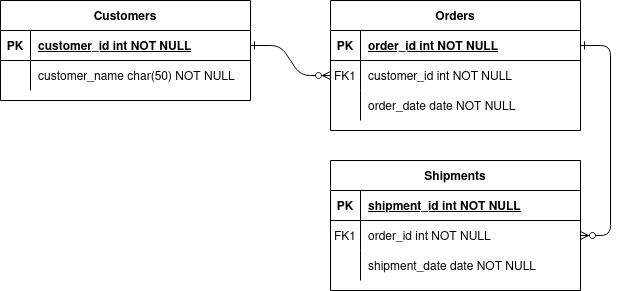
gabrielbsx/basiapp keeps this draw.io diagram as Diagrama sem nome.drawio.png. Above is the earlier version. Source tidied: cells renumbered, new cells last; positions are measured from the earlier drawing's top-left corner, leaving out a move shared by most shapes.
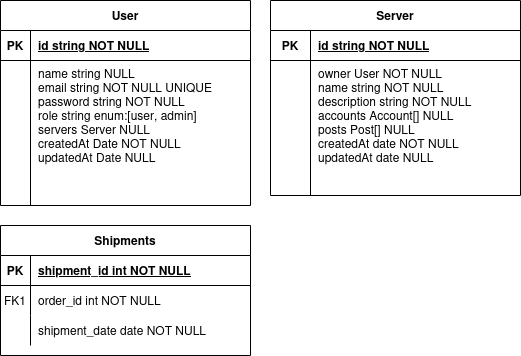
After the change.

Diff of the diagram source:
```diff
@@ -2,44 +2,29 @@
   <root>
     <mxCell id="0" />
     <mxCell id="1" parent="0" />
-    <mxCell id="2" style="edgeStyle=entityRelationEdgeStyle;endArrow=ERzeroToMany;startArrow=ERone;endFill=1;startFill=0;" parent="1" edge="1" source="25" target="8">
-      <mxGeometry relative="1" as="geometry" />
-    </mxCell>
-    <mxCell id="3" style="edgeStyle=entityRelationEdgeStyle;endArrow=ERzeroToMany;startArrow=ERone;endFill=1;startFill=0;" parent="1" edge="1" source="5" target="18">
-      <mxGeometry relative="1" as="geometry" />
-    </mxCell>
-    <mxCell id="4" value="Orders" style="shape=table;startSize=30;rowLines=0;fontStyle=1;align=center;" parent="1" vertex="1">
-      <mxGeometry x="330" width="250" height="130" as="geometry" />
+    <mxCell id="4" value="Server" style="shape=table;startSize=30;rowLines=0;fontStyle=1;align=center;" parent="1" vertex="1">
+      <mxGeometry x="200" y="15" width="250" height="195" as="geometry" />
     </mxCell>
     <mxCell id="5" style="shape=partialRectangle;fillColor=none;points=[[0,0.5],[1,0.5]];portConstraint=eastwest;top=0;left=0;right=0;bottom=1;" parent="4" vertex="1">
       <mxGeometry y="30" width="250" height="30" as="geometry" />
     </mxCell>
     <mxCell id="6" value="PK" style="shape=partialRectangle;overflow=hidden;fillColor=none;top=0;left=0;bottom=0;right=0;fontStyle=1;" parent="5" vertex="1">
-      <mxGeometry width="30" height="30" as="geometry" />
+      <mxGeometry width="40" height="30" as="geometry" />
     </mxCell>
-    <mxCell id="7" value="order_id int NOT NULL " style="shape=partialRectangle;overflow=hidden;fillColor=none;top=0;left=0;bottom=0;right=0;align=left;spacingLeft=6;fontStyle=5;" parent="5" vertex="1">
-      <mxGeometry x="30" width="220" height="30" as="geometry" />
+    <mxCell id="7" value="id string NOT NULL " style="shape=partialRectangle;overflow=hidden;fillColor=none;top=0;left=0;bottom=0;right=0;align=left;spacingLeft=6;fontStyle=5;" parent="5" vertex="1">
+      <mxGeometry x="40" width="210" height="30" as="geometry" />
     </mxCell>
     <mxCell id="8" style="shape=partialRectangle;fillColor=none;points=[[0,0.5],[1,0.5]];portConstraint=eastwest;top=0;left=0;right=0;bottom=0;" parent="4" vertex="1">
-      <mxGeometry y="60" width="250" height="30" as="geometry" />
+      <mxGeometry y="60" width="250" height="135" as="geometry" />
     </mxCell>
-    <mxCell id="9" value="FK1" style="shape=partialRectangle;overflow=hidden;fillColor=none;top=0;left=0;bottom=0;right=0;" parent="8" vertex="1">
-      <mxGeometry width="30" height="30" as="geometry" />
+    <mxCell id="9" style="shape=partialRectangle;overflow=hidden;fillColor=none;top=0;left=0;bottom=0;right=0;" parent="8" vertex="1">
+      <mxGeometry width="40" height="135" as="geometry" />
     </mxCell>
-    <mxCell id="10" value="customer_id int NOT NULL" style="shape=partialRectangle;overflow=hidden;fillColor=none;top=0;left=0;bottom=0;right=0;align=left;spacingLeft=6;" parent="8" vertex="1">
-      <mxGeometry x="30" width="220" height="30" as="geometry" />
+    <mxCell id="10" value="owner User NOT NULL&#10;name string NOT NULL&#10;description string NOT NULL&#10;accounts Account[] NULL&#10;posts Post[] NULL&#10;createdAt date NOT NULL&#10;updatedAt date NULL&#10;" style="shape=partialRectangle;overflow=hidden;fillColor=none;top=0;left=0;bottom=0;right=0;align=left;spacingLeft=6;verticalAlign=top;" parent="8" vertex="1">
+      <mxGeometry x="40" width="210" height="135" as="geometry" />
     </mxCell>
-    <mxCell id="11" style="shape=partialRectangle;fillColor=none;top=0;left=0;right=0;bottom=0;" parent="4" vertex="1">
-      <mxGeometry y="90" width="250" height="30" as="geometry" />
-    </mxCell>
-    <mxCell id="12" style="shape=partialRectangle;overflow=hidden;fillColor=none;top=0;left=0;bottom=0;right=0;" parent="11" vertex="1">
-      <mxGeometry width="30" height="30" as="geometry" />
-    </mxCell>
-    <mxCell id="13" value="order_date date NOT NULL" style="shape=partialRectangle;overflow=hidden;fillColor=none;top=0;left=0;bottom=0;right=0;align=left;spacingLeft=6;" parent="11" vertex="1">
-      <mxGeometry x="30" width="220" height="30" as="geometry" />
-    </mxCell>
     <mxCell id="14" value="Shipments" style="shape=table;startSize=30;rowLines=0;fontStyle=1;align=center;" parent="1" vertex="1">
-      <mxGeometry x="330" y="160" width="250" height="130" as="geometry" />
+      <mxGeometry x="-70" y="240" width="250" height="130" as="geometry" />
     </mxCell>
     <mxCell id="15" style="shape=partialRectangle;fillColor=none;top=0;left=0;right=0;bottom=1;" parent="14" vertex="1">
       <mxGeometry y="30" width="250" height="30" as="geometry" />
@@ -68,8 +53,8 @@
     <mxCell id="23" value="shipment_date date NOT NULL" style="shape=partialRectangle;overflow=hidden;fillColor=none;top=0;left=0;bottom=0;right=0;align=left;spacingLeft=6;" parent="21" vertex="1">
       <mxGeometry x="30" width="220" height="30" as="geometry" />
     </mxCell>
-    <mxCell id="24" value="Customers" style="shape=table;startSize=30;rowLines=0;fontStyle=1;align=center;" parent="1" vertex="1">
-      <mxGeometry width="250" height="100" as="geometry" />
+    <mxCell id="24" value="User" style="shape=table;startSize=30;rowLines=0;fontStyle=1;align=center;" parent="1" vertex="1">
+      <mxGeometry x="-70" y="15" width="250" height="205" as="geometry" />
     </mxCell>
     <mxCell id="25" style="shape=partialRectangle;fillColor=none;points=[[0,0.5],[1,0.5]];portConstraint=eastwest;top=0;left=0;right=0;bottom=1;" parent="24" vertex="1">
       <mxGeometry y="30" width="250" height="30" as="geometry" />
@@ -77,17 +62,17 @@
     <mxCell id="26" value="PK" style="shape=partialRectangle;overflow=hidden;fillColor=none;top=0;left=0;bottom=0;right=0;fontStyle=1;" parent="25" vertex="1">
       <mxGeometry width="30" height="30" as="geometry" />
     </mxCell>
-    <mxCell id="27" value="customer_id int NOT NULL " style="shape=partialRectangle;overflow=hidden;fillColor=none;top=0;left=0;bottom=0;right=0;align=left;spacingLeft=6;fontStyle=5;" parent="25" vertex="1">
+    <mxCell id="27" value="id string NOT NULL " style="shape=partialRectangle;overflow=hidden;fillColor=none;top=0;left=0;bottom=0;right=0;align=left;spacingLeft=6;fontStyle=5;" parent="25" vertex="1">
       <mxGeometry x="30" width="220" height="30" as="geometry" />
     </mxCell>
     <mxCell id="28" style="shape=partialRectangle;fillColor=none;top=0;left=0;right=0;bottom=0;" parent="24" vertex="1">
-      <mxGeometry y="60" width="250" height="30" as="geometry" />
+      <mxGeometry y="60" width="250" height="145" as="geometry" />
     </mxCell>
-    <mxCell id="29" style="shape=partialRectangle;overflow=hidden;fillColor=none;top=0;left=0;bottom=0;right=0;" parent="28" vertex="1">
-      <mxGeometry width="30" height="30" as="geometry" />
+    <mxCell id="29" style="shape=partialRectangle;overflow=hidden;fillColor=none;top=0;left=0;bottom=0;right=0;verticalAlign=top;" parent="28" vertex="1">
+      <mxGeometry width="30" height="145" as="geometry" />
     </mxCell>
-    <mxCell id="30" value="customer_name char(50) NOT NULL" style="shape=partialRectangle;overflow=hidden;fillColor=none;top=0;left=0;bottom=0;right=0;align=left;spacingLeft=6;" parent="28" vertex="1">
-      <mxGeometry x="30" width="220" height="30" as="geometry" />
+    <mxCell id="30" value="name string NULL&#10;email string NOT NULL UNIQUE&#10;password string NOT NULL&#10;role string enum:[user, admin]&#10;servers Server NULL&#10;createdAt Date NOT NULL&#10;updatedAt Date NULL&#10;" style="shape=partialRectangle;overflow=hidden;fillColor=none;top=0;left=0;bottom=0;right=0;align=left;spacingLeft=6;verticalAlign=top;spacingTop=0;spacing=2;fontSize=12;spacingBottom=0;spacingRight=0;labelBackgroundColor=default;fontColor=default;" parent="28" vertex="1">
+      <mxGeometry x="30" width="220" height="145" as="geometry" />
     </mxCell>
   </root>
 </mxGraphModel>
```
